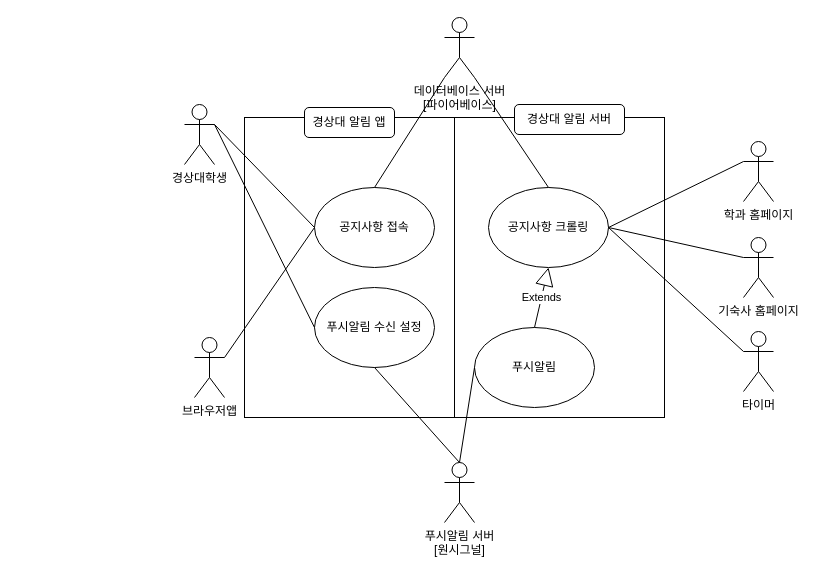
This is UseCase Diagram.drawio from GoSeongJin/gnu-app, a draw.io file, before an edit. Source tidied: cells renumbered, new cells numbered last; positions are measured from the earlier drawing's top-left corner, leaving out a move shared by most shapes. Both pictures are drawn from the tidied source at 100%, with x=0, y=0 at pixel (184, 17).
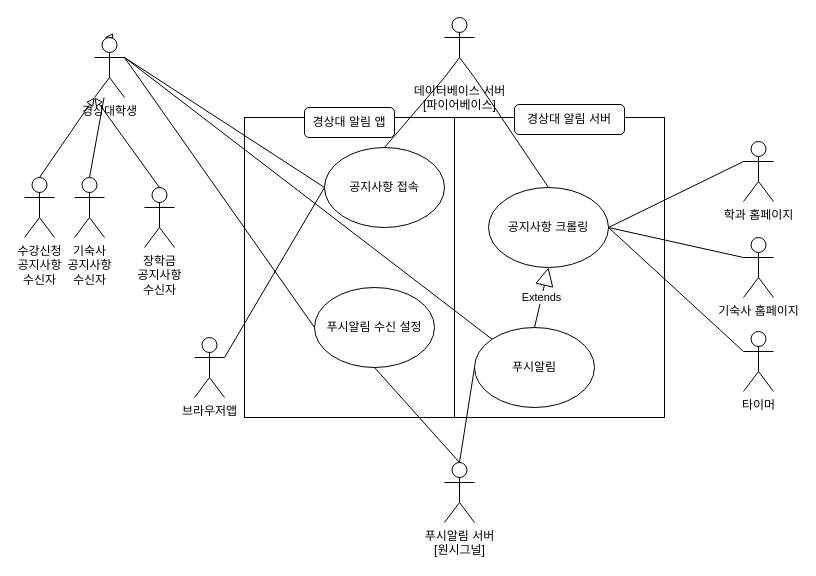
After the change.

The change refers to these unchanged cells:
```xml
<mxCell id="14" value="푸시알림" style="ellipse;whiteSpace=wrap;html=1;" parent="1" vertex="1">
  <mxGeometry x="290" y="310" width="120" height="80" as="geometry" />
</mxCell>
```

The edit, as a diff of the source:
```diff
@@
-    <mxCell id="2" value="경상대학생" style="shape=umlActor;verticalLabelPosition=bottom;verticalAlign=top;html=1;outlineConnect=0;" parent="1" vertex="1">
-      <mxGeometry y="87" width="30" height="60" as="geometry" />
-    </mxCell>
@@
     <mxCell id="12" value="공지사항 접속" style="ellipse;whiteSpace=wrap;html=1;" parent="1" vertex="1">
-      <mxGeometry x="130" y="170" width="120" height="80" as="geometry" />
+      <mxGeometry x="140" y="130" width="120" height="80" as="geometry" />
     </mxCell>
@@
+    <mxCell id="28" value="장학금 &lt;br&gt;공지사항 &lt;br&gt;수신자" style="shape=umlActor;verticalLabelPosition=bottom;verticalAlign=top;html=1;outlineConnect=0;" parent="1" vertex="1">
+      <mxGeometry x="-40" y="170" width="30" height="60" as="geometry" />
+    </mxCell>
+    <mxCell id="29" value="기숙사 &lt;br&gt;공지사항 &lt;br&gt;수신자" style="shape=umlActor;verticalLabelPosition=bottom;verticalAlign=top;html=1;outlineConnect=0;" parent="1" vertex="1">
+      <mxGeometry x="-110" y="160" width="30" height="60" as="geometry" />
+    </mxCell>
+    <mxCell id="30" value="수강신청 &lt;br&gt;공지사항 &lt;br&gt;수신자" style="shape=umlActor;verticalLabelPosition=bottom;verticalAlign=top;html=1;outlineConnect=0;" parent="1" vertex="1">
+      <mxGeometry x="-160" y="160" width="30" height="60" as="geometry" />
+    </mxCell>
+    <mxCell id="31" style="endArrow=block;html=1;rounded=0;entryX=0;entryY=1;entryDx=0;entryDy=0;entryPerimeter=0;exitX=0.5;exitY=0;exitDx=0;exitDy=0;exitPerimeter=0;endFill=0;" parent="1" edge="1" source="30" target="2">
+      <mxGeometry relative="1" as="geometry" />
+    </mxCell>
+    <mxCell id="32" style="endArrow=block;html=1;rounded=0;exitX=0.5;exitY=0;exitDx=0;exitDy=0;exitPerimeter=0;endFill=0;startArrow=none;" parent="1" edge="1" source="2">
+      <mxGeometry relative="1" as="geometry">
+        <mxPoint x="-80" y="20" as="targetPoint" />
+      </mxGeometry>
+    </mxCell>
+    <mxCell id="33" style="endArrow=block;html=1;rounded=0;entryX=0;entryY=1;entryDx=0;entryDy=0;entryPerimeter=0;exitX=0.5;exitY=0;exitDx=0;exitDy=0;exitPerimeter=0;endFill=0;" parent="1" edge="1" source="28" target="2">
+      <mxGeometry relative="1" as="geometry" />
+    </mxCell>
+    <mxCell id="2" value="경상대학생" style="shape=umlActor;verticalLabelPosition=bottom;verticalAlign=top;html=1;outlineConnect=0;" parent="1" vertex="1">
+      <mxGeometry x="-90" y="20" width="30" height="60" as="geometry" />
+    </mxCell>
+    <mxCell id="34" style="endArrow=none;html=1;rounded=0;exitX=0.5;exitY=0;exitDx=0;exitDy=0;exitPerimeter=0;endFill=0;" parent="1" edge="1" source="29" target="2">
+      <mxGeometry relative="1" as="geometry" />
+    </mxCell>
+    <mxCell id="35" style="endArrow=none;html=1;rounded=0;entryX=1;entryY=0.3333333333333333;entryDx=0;entryDy=0;entryPerimeter=0;exitX=0;exitY=0;exitDx=0;exitDy=0;" parent="1" edge="1" source="14" target="2">
+      <mxGeometry relative="1" as="geometry" />
+    </mxCell>
```
